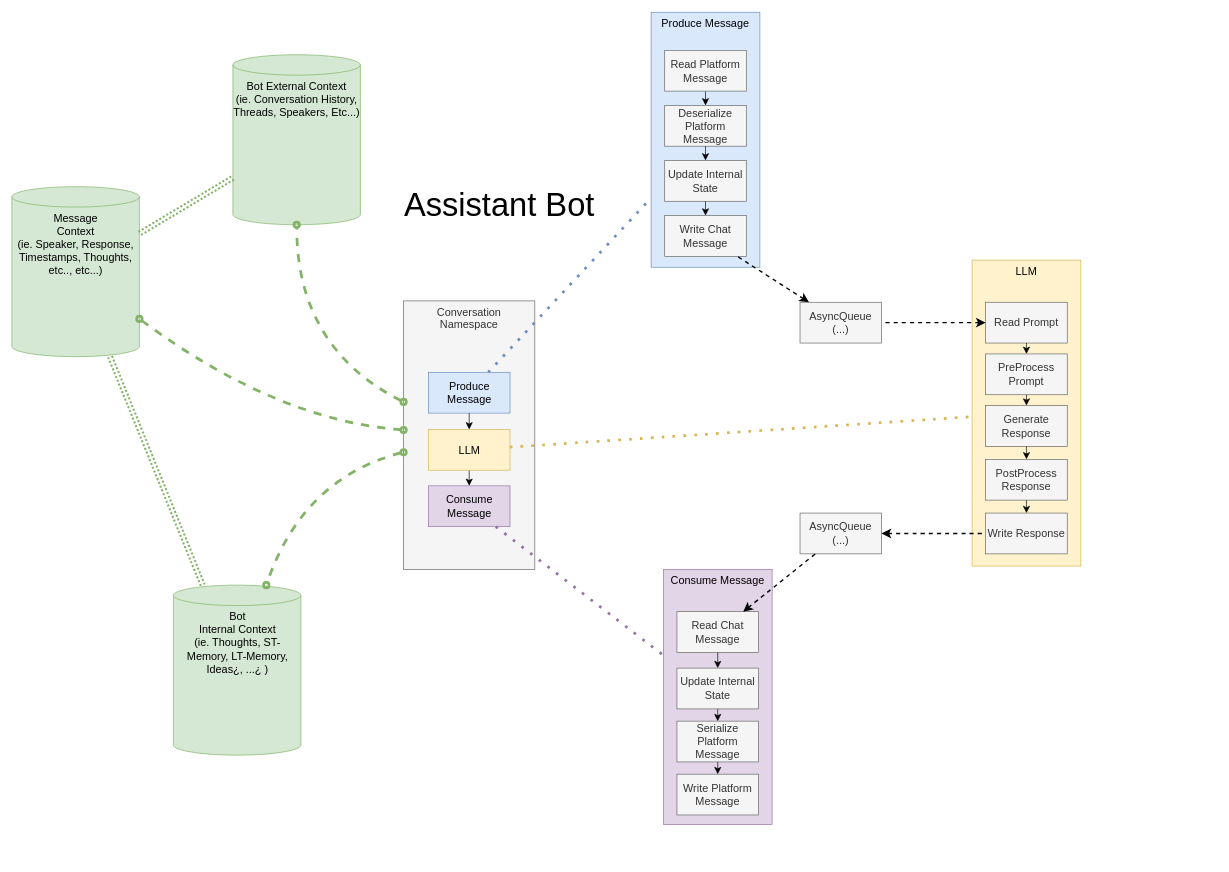
pahansen95/assistant keeps this draw.io diagram as docs/bot-conversation-architecture.drawio. Above is the earlier version. Source tidied: cells renumbered, new cells numbered last; positions are measured from the earlier drawing's top-left corner, leaving out a move shared by most shapes. Both pictures are drawn from the tidied source at 68%, with x=0, y=0 at pixel (12, 12).
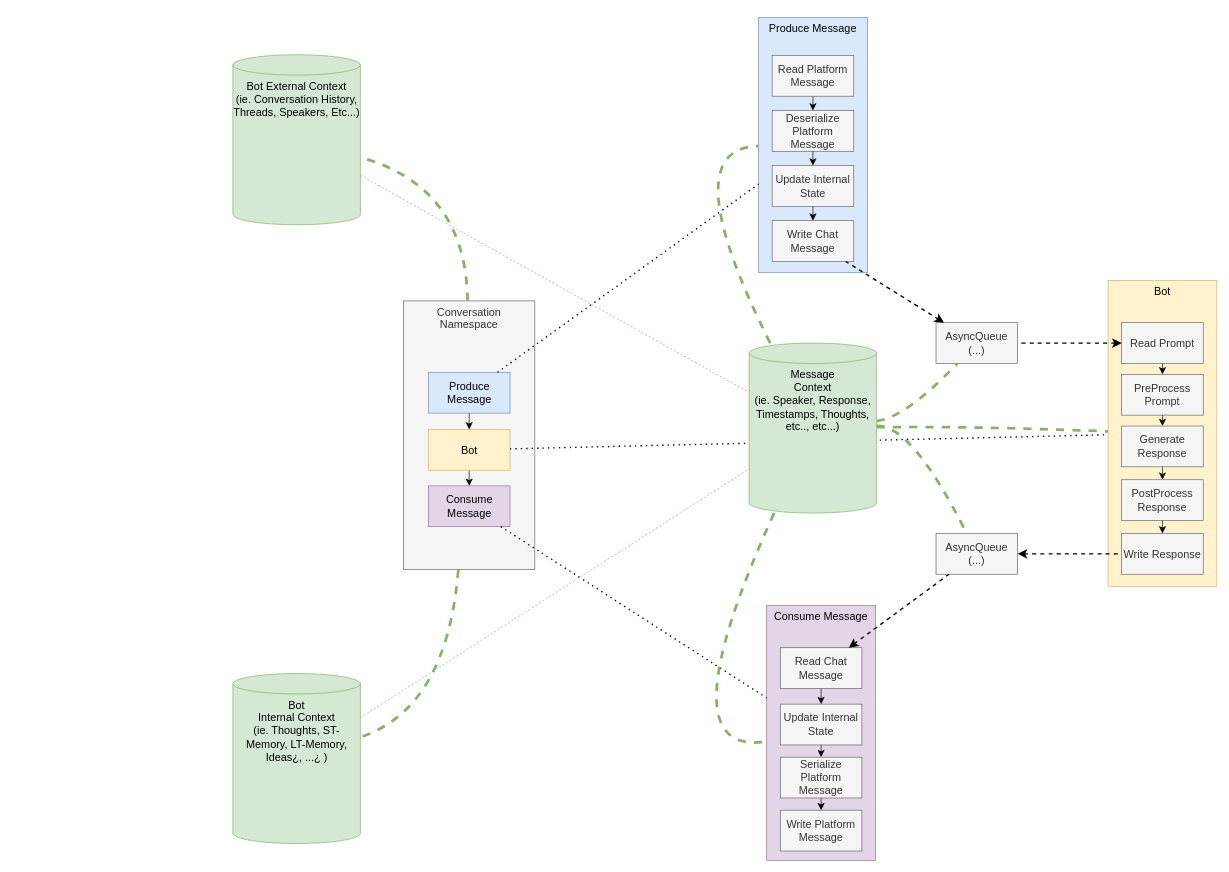
The same diagram, later.

Commit message:
update architecture to reflect lastest changes

Unchanged cells that the change refers to:
```xml
<mxCell id="3" value="Produce Message" style="rounded=0;whiteSpace=wrap;html=1;fontSize=16;verticalAlign=top;fillColor=#dae8fc;strokeColor=#6c8ebf;" parent="2" vertex="1">
  <mxGeometry width="160" height="375" as="geometry" />
</mxCell>
<mxCell id="23" value="Consume Message" style="rounded=0;whiteSpace=wrap;html=1;fontSize=16;verticalAlign=top;fillColor=#e1d5e7;strokeColor=#9673a6;" parent="22" vertex="1">
  <mxGeometry width="160" height="375" as="geometry" />
</mxCell>
<mxCell id="38" value="Conversation&lt;br&gt;Namespace" style="rounded=0;whiteSpace=wrap;html=1;fontSize=16;fillColor=#f5f5f5;fontColor=#333333;strokeColor=#666666;verticalAlign=top;" parent="37" vertex="1">
  <mxGeometry width="193" height="395" as="geometry" />
</mxCell>
<mxCell id="39" style="group;" parent="37" vertex="1">
  <mxGeometry x="36.5" y="105" width="120" height="252" as="geometry" />
</mxCell>
<mxCell id="40" value="Produce&lt;br&gt;Message" style="rounded=0;whiteSpace=wrap;html=1;fontSize=16;fillColor=#dae8fc;strokeColor=#6c8ebf;" parent="39" vertex="1">
  <mxGeometry width="120" height="60" as="geometry" />
</mxCell>
<mxCell id="41" value="Consume&lt;br&gt;Message" style="rounded=0;whiteSpace=wrap;html=1;fontSize=16;fillColor=#e1d5e7;strokeColor=#9673a6;" parent="39" vertex="1">
  <mxGeometry y="167" width="120" height="60" as="geometry" />
</mxCell>
<mxCell id="50" value="Bot External Context&lt;br&gt;(ie. Conversation History, Threads, Speakers, Etc...)" style="shape=cylinder3;whiteSpace=wrap;html=1;boundedLbl=1;backgroundOutline=1;size=15;fontSize=16;verticalAlign=top;fillColor=#d5e8d4;strokeColor=#82b366;" parent="1" vertex="1">
  <mxGeometry x="325" y="62" width="187.5" height="250" as="geometry" />
</mxCell>
```

Diff of the diagram source:
```diff
@@
     <mxCell id="2" style="group;" parent="1" vertex="1">
-      <mxGeometry x="940" y="-0.5" width="160" height="375" as="geometry" />
+      <mxGeometry x="1098" y="7" width="160" height="375" as="geometry" />
     </mxCell>
@@
     <mxCell id="11" style="group;" parent="1" vertex="1">
-      <mxGeometry x="1412" y="364" width="160" height="450" as="geometry" />
+      <mxGeometry x="1612" y="394" width="160" height="450" as="geometry" />
     </mxCell>
-    <mxCell id="12" value="LLM" style="rounded=0;whiteSpace=wrap;html=1;fontSize=16;verticalAlign=top;fillColor=#fff2cc;strokeColor=#d6b656;" parent="11" vertex="1">
+    <mxCell id="12" value="Bot" style="rounded=0;whiteSpace=wrap;html=1;fontSize=16;verticalAlign=top;fillColor=#fff2cc;strokeColor=#d6b656;" parent="11" vertex="1">
       <mxGeometry width="160" height="450" as="geometry" />
     </mxCell>
@@
     <mxCell id="22" style="group;" parent="1" vertex="1">
-      <mxGeometry x="958" y="819" width="160" height="375" as="geometry" />
+      <mxGeometry x="1110" y="872" width="160" height="375" as="geometry" />
     </mxCell>
@@
     <mxCell id="31" value="AsyncQueue&lt;br&gt;(...)" style="rounded=0;whiteSpace=wrap;html=1;fontSize=16;fillColor=#f5f5f5;strokeColor=#666666;fontColor=#333333;" parent="1" vertex="1">
-      <mxGeometry x="1159" y="426" width="120" height="60" as="geometry" />
+      <mxGeometry x="1359" y="456" width="120" height="60" as="geometry" />
     </mxCell>
     <mxCell id="32" value="AsyncQueue&lt;br&gt;(...)" style="rounded=0;whiteSpace=wrap;html=1;fontSize=16;fillColor=#f5f5f5;strokeColor=#666666;fontColor=#333333;" parent="1" vertex="1">
-      <mxGeometry x="1159" y="736" width="120" height="60" as="geometry" />
+      <mxGeometry x="1359" y="766" width="120" height="60" as="geometry" />
     </mxCell>
@@
-    <mxCell id="43" value="LLM" style="rounded=0;whiteSpace=wrap;html=1;fontSize=16;fillColor=#fff2cc;strokeColor=#d6b656;" parent="39" vertex="1">
+    <mxCell id="43" value="Bot" style="rounded=0;whiteSpace=wrap;html=1;fontSize=16;fillColor=#fff2cc;strokeColor=#d6b656;" parent="39" vertex="1">
       <mxGeometry y="84" width="120" height="60" as="geometry" />
     </mxCell>
@@
-    <mxCell id="45" style="endArrow=none;dashed=1;html=1;dashPattern=1 3;strokeWidth=4;rounded=0;fontSize=12;startSize=8;endSize=8;curved=1;fillColor=#dae8fc;strokeColor=#6c8ebf;" parent="1" edge="1" source="40" target="3">
+    <mxCell id="45" style="endArrow=none;dashed=1;html=1;dashPattern=1 3;strokeWidth=2;rounded=0;fontSize=12;startSize=8;endSize=8;curved=1;" parent="1" edge="1" source="40" target="3">
       <mxGeometry relative="1" as="geometry" />
     </mxCell>
-    <mxCell id="46" style="endArrow=none;dashed=1;html=1;dashPattern=1 3;strokeWidth=4;rounded=0;fontSize=12;startSize=8;endSize=8;curved=1;fillColor=#fff2cc;strokeColor=#d6b656;" parent="1" edge="1" source="43" target="12">
+    <mxCell id="46" style="endArrow=none;dashed=1;html=1;dashPattern=1 3;strokeWidth=2;rounded=0;fontSize=12;startSize=8;endSize=8;curved=1;" parent="1" edge="1" source="43" target="12">
       <mxGeometry relative="1" as="geometry" />
     </mxCell>
-    <mxCell id="47" style="endArrow=none;dashed=1;html=1;dashPattern=1 3;strokeWidth=4;rounded=0;fontSize=12;startSize=8;endSize=8;curved=1;fillColor=#e1d5e7;strokeColor=#9673a6;" parent="1" edge="1" source="41" target="23">
+    <mxCell id="47" style="endArrow=none;dashed=1;html=1;dashPattern=1 3;strokeWidth=2;rounded=0;fontSize=12;startSize=8;endSize=8;curved=1;" parent="1" edge="1" source="41" target="23">
       <mxGeometry relative="1" as="geometry" />
     </mxCell>
     <mxCell id="48" value="Message&lt;br&gt;Context&lt;br&gt;(ie. Speaker, Response, Timestamps, Thoughts, etc.., etc...)" style="shape=cylinder3;whiteSpace=wrap;html=1;boundedLbl=1;backgroundOutline=1;size=15;fontSize=16;verticalAlign=top;fillColor=#d5e8d4;strokeColor=#82b366;" parent="1" vertex="1">
-      <mxGeometry y="256" width="187.5" height="250" as="geometry" />
+      <mxGeometry x="1084.2" y="486" width="187.5" height="250" as="geometry" />
     </mxCell>
+    <mxCell id="57" style="endArrow=none;dashed=1;html=1;rounded=0;fontSize=12;startSize=8;endSize=8;curved=1;fillColor=#d5e8d4;strokeColor=#82b366;strokeWidth=4;" parent="1" edge="1" source="48" target="3">
+      <mxGeometry relative="1" as="geometry">
+        <Array as="points">
+          <mxPoint x="971" y="199" />
+        </Array>
+      </mxGeometry>
+    </mxCell>
+    <mxCell id="58" style="endArrow=none;dashed=1;html=1;rounded=0;fontSize=12;startSize=8;endSize=8;curved=1;fillColor=#d5e8d4;strokeColor=#82b366;strokeWidth=4;" parent="1" edge="1" source="48" target="31">
+      <mxGeometry relative="1" as="geometry">
+        <Array as="points">
+          <mxPoint x="1314" y="596" />
+        </Array>
+      </mxGeometry>
+    </mxCell>
+    <mxCell id="59" style="endArrow=none;dashed=1;html=1;rounded=0;fontSize=12;startSize=8;endSize=8;curved=1;fillColor=#d5e8d4;strokeColor=#82b366;strokeWidth=4;" parent="1" edge="1" source="48" target="23">
+      <mxGeometry relative="1" as="geometry">
+        <Array as="points">
+          <mxPoint x="957" y="1096" />
+        </Array>
+      </mxGeometry>
+    </mxCell>
+    <mxCell id="60" style="endArrow=none;dashed=1;html=1;rounded=0;fontSize=12;startSize=8;endSize=8;curved=1;fillColor=#d5e8d4;strokeColor=#82b366;strokeWidth=4;" parent="1" edge="1" source="48" target="32">
+      <mxGeometry relative="1" as="geometry">
+        <Array as="points">
+          <mxPoint x="1324" y="606" />
+        </Array>
+      </mxGeometry>
+    </mxCell>
-    <mxCell id="49" style="endArrow=oval;dashed=1;html=1;rounded=0;fontSize=12;startSize=8;endSize=8;curved=1;fillColor=#d5e8d4;strokeColor=#82b366;strokeWidth=4;startArrow=oval;startFill=0;endFill=0;" parent="1" edge="1" source="48" target="38">
+    <mxCell id="49" style="endArrow=none;dashed=1;html=1;rounded=0;fontSize=12;startSize=8;endSize=8;curved=1;fillColor=#d5e8d4;strokeColor=#82b366;strokeWidth=4;" parent="1" edge="1" source="48" target="12">
       <mxGeometry relative="1" as="geometry">
         <Array as="points">
-          <mxPoint x="388" y="599" />
+          <mxPoint x="1409" y="608" />
         </Array>
       </mxGeometry>
     </mxCell>
@@
     <mxCell id="51" value="Bot&lt;br&gt;Internal Context&lt;br&gt;(ie. Thoughts, ST-Memory, LT-Memory, Ideas¿, ...¿ )" style="shape=cylinder3;whiteSpace=wrap;html=1;boundedLbl=1;backgroundOutline=1;size=15;fontSize=16;verticalAlign=top;fillColor=#d5e8d4;strokeColor=#82b366;" parent="1" vertex="1">
-      <mxGeometry x="237.5" y="842" width="187.5" height="250" as="geometry" />
+      <mxGeometry x="325" y="972" width="187.5" height="250" as="geometry" />
     </mxCell>
-    <mxCell id="52" style="endArrow=oval;dashed=1;html=1;rounded=0;fontSize=12;startSize=8;endSize=8;curved=1;fillColor=#d5e8d4;strokeColor=#82b366;strokeWidth=4;startArrow=oval;startFill=0;endFill=0;" parent="1" edge="1" source="38" target="51">
+    <mxCell id="52" style="endArrow=none;dashed=1;html=1;rounded=0;fontSize=12;startSize=8;endSize=8;curved=1;fillColor=#d5e8d4;strokeColor=#82b366;strokeWidth=4;" parent="1" edge="1" source="38" target="51">
       <mxGeometry relative="1" as="geometry">
         <Array as="points">
-          <mxPoint x="428" y="685" />
+          <mxPoint x="640" y="1023" />
         </Array>
       </mxGeometry>
     </mxCell>
-    <mxCell id="53" style="endArrow=oval;dashed=1;html=1;rounded=0;fontSize=12;startSize=8;endSize=8;curved=1;fillColor=#d5e8d4;strokeColor=#82b366;strokeWidth=4;startArrow=oval;startFill=0;endFill=0;" parent="1" edge="1" source="38" target="50">
+    <mxCell id="53" style="endArrow=none;dashed=1;html=1;rounded=0;fontSize=12;startSize=8;endSize=8;curved=1;fillColor=#d5e8d4;strokeColor=#82b366;strokeWidth=4;" parent="1" edge="1" source="38" target="50">
       <mxGeometry relative="1" as="geometry">
         <Array as="points">
-          <mxPoint x="419" y="493" />
+          <mxPoint x="668" y="256" />
         </Array>
       </mxGeometry>
     </mxCell>
-    <mxCell id="54" style="endArrow=none;dashed=1;html=1;rounded=0;fontSize=12;curved=1;fillColor=#d5e8d4;strokeColor=#82b366;shape=link;strokeWidth=3;dashPattern=1 1;" parent="1" edge="1" source="50" target="48">
+    <mxCell id="54" style="endArrow=none;dashed=1;html=1;rounded=0;fontSize=12;startSize=8;endSize=8;curved=1;fillColor=#d5e8d4;strokeColor=#82b366;" parent="1" edge="1" source="50" target="48">
       <mxGeometry relative="1" as="geometry" />
     </mxCell>
-    <mxCell id="55" style="endArrow=none;dashed=1;html=1;rounded=0;fontSize=12;curved=1;fillColor=#d5e8d4;strokeColor=#82b366;shape=link;strokeWidth=3;dashPattern=1 1;" parent="1" edge="1" source="51" target="48">
+    <mxCell id="55" style="endArrow=none;dashed=1;html=1;rounded=0;fontSize=12;startSize=8;endSize=8;curved=1;fillColor=#d5e8d4;strokeColor=#82b366;" parent="1" edge="1" source="51" target="48">
       <mxGeometry relative="1" as="geometry" />
     </mxCell>
-    <mxCell id="56" value="&lt;font style=&quot;font-size: 48px;&quot;&gt;Assistant Bot&lt;/font&gt;" style="text;html=1;strokeColor=none;fillColor=none;align=center;verticalAlign=middle;whiteSpace=wrap;rounded=0;fontSize=16;" parent="1" vertex="1">
-      <mxGeometry x="573" y="248" width="288" height="67" as="geometry" />
-    </mxCell>
```
